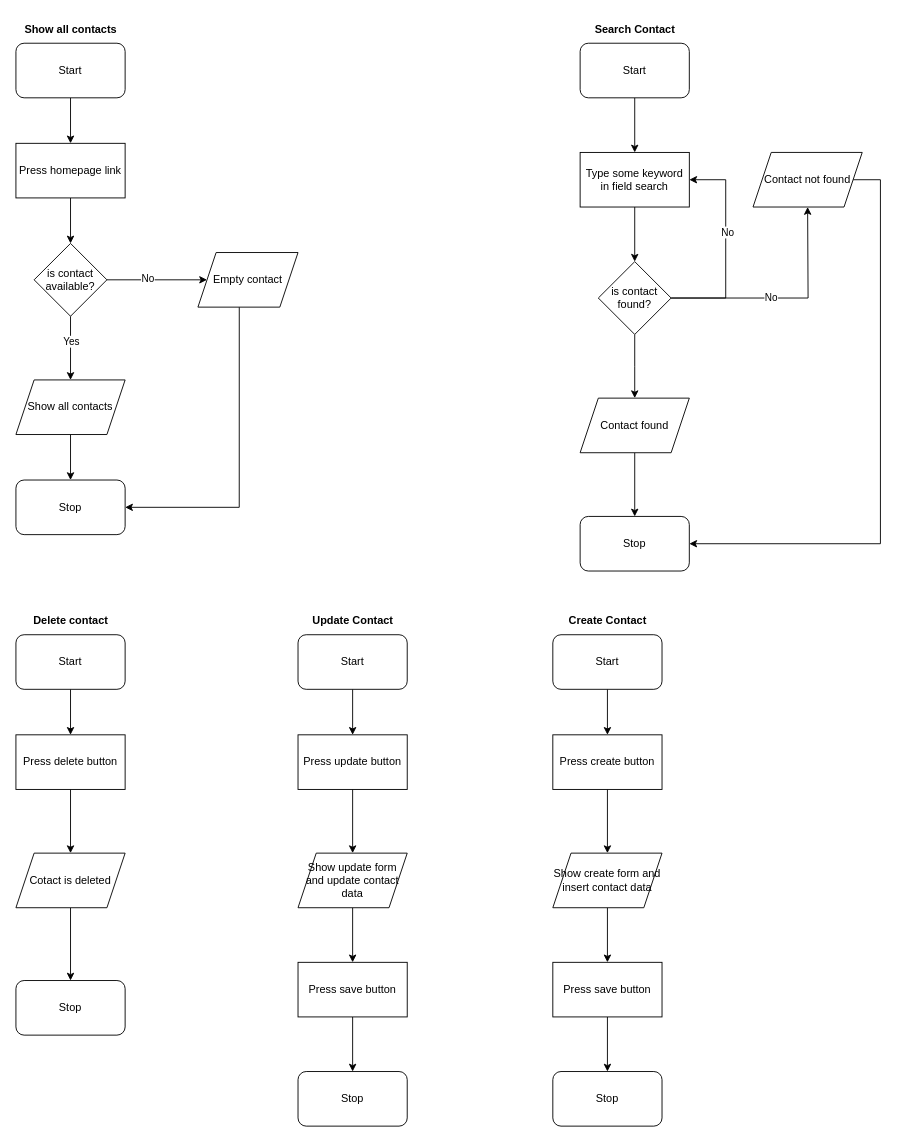
This is kontek.drawio from haloapping/kontek, a draw.io file, before an edit. Source tidied: cells renumbered, new cells numbered last; positions are measured from the earlier drawing's top-left corner, leaving out a move shared by most shapes. Both pictures are drawn from the tidied source at 91%, with x=0, y=0 at pixel (15, 15).
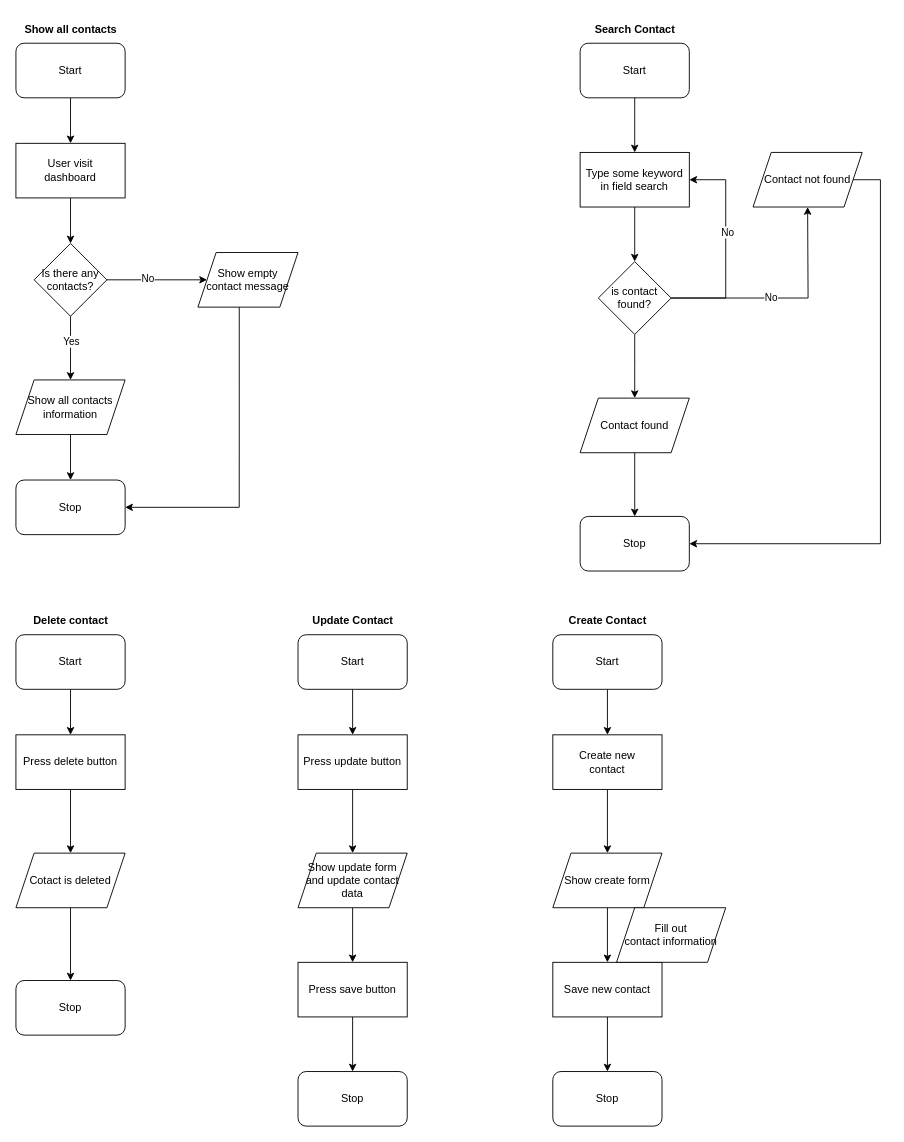
Above is the later version.

Commit message:
update flowchart details

What changed in the source:
```diff
@@
-    <mxCell id="5" value="Press homepage link" style="rounded=0;whiteSpace=wrap;html=1;" parent="1" vertex="1">
+    <mxCell id="5" value="User visit&lt;div&gt;dashboard&lt;/div&gt;" style="rounded=0;whiteSpace=wrap;html=1;" parent="1" vertex="1">
       <mxGeometry y="140" width="120" height="60" as="geometry" />
     </mxCell>
@@
-    <mxCell id="13" value="is contact available?" style="rhombus;whiteSpace=wrap;html=1;" parent="1" vertex="1">
+    <mxCell id="13" value="Is there any contacts?" style="rhombus;whiteSpace=wrap;html=1;" parent="1" vertex="1">
       <mxGeometry x="20" y="250" width="80" height="80" as="geometry" />
     </mxCell>
@@
-    <mxCell id="31" value="Show all contacts" style="shape=parallelogram;perimeter=parallelogramPerimeter;whiteSpace=wrap;html=1;fixedSize=1;" parent="1" vertex="1">
+    <mxCell id="31" value="Show all contacts&lt;div&gt;information&lt;/div&gt;" style="shape=parallelogram;perimeter=parallelogramPerimeter;whiteSpace=wrap;html=1;fixedSize=1;" parent="1" vertex="1">
       <mxGeometry y="400" width="120" height="60" as="geometry" />
     </mxCell>
@@
-    <mxCell id="54" value="Press create button" style="rounded=0;whiteSpace=wrap;html=1;" parent="1" vertex="1">
+    <mxCell id="54" value="Create new&lt;div&gt;contact&lt;/div&gt;" style="rounded=0;whiteSpace=wrap;html=1;" parent="1" vertex="1">
       <mxGeometry x="590" y="790" width="120" height="60" as="geometry" />
     </mxCell>
@@
-    <mxCell id="56" value="Show create form and insert contact data" style="shape=parallelogram;perimeter=parallelogramPerimeter;whiteSpace=wrap;html=1;fixedSize=1;" parent="1" vertex="1">
+    <mxCell id="56" value="Show create form" style="shape=parallelogram;perimeter=parallelogramPerimeter;whiteSpace=wrap;html=1;fixedSize=1;" parent="1" vertex="1">
       <mxGeometry x="590" y="920" width="120" height="60" as="geometry" />
     </mxCell>
@@
-    <mxCell id="58" value="Press save button" style="rounded=0;whiteSpace=wrap;html=1;" parent="1" vertex="1">
+    <mxCell id="58" value="Save new contact" style="rounded=0;whiteSpace=wrap;html=1;" parent="1" vertex="1">
       <mxGeometry x="590" y="1040" width="120" height="60" as="geometry" />
     </mxCell>
@@
-    <mxCell id="60" value="Empty contact" style="shape=parallelogram;perimeter=parallelogramPerimeter;whiteSpace=wrap;html=1;fixedSize=1;" parent="1" vertex="1">
+    <mxCell id="60" value="Show empty contact message" style="shape=parallelogram;perimeter=parallelogramPerimeter;whiteSpace=wrap;html=1;fixedSize=1;" parent="1" vertex="1">
       <mxGeometry x="200" y="260" width="110" height="60" as="geometry" />
     </mxCell>
+    <mxCell id="61" value="Fill out&lt;div&gt;contact information&lt;/div&gt;" style="shape=parallelogram;perimeter=parallelogramPerimeter;whiteSpace=wrap;html=1;fixedSize=1;" parent="1" vertex="1">
+      <mxGeometry x="660" y="980" width="120" height="60" as="geometry" />
+    </mxCell>
```
